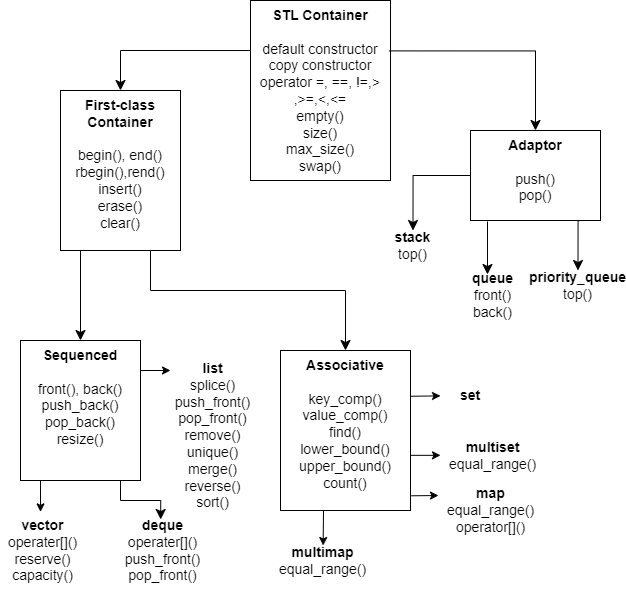
The draw.io diagram cpp/pics/container.drawio.png in zhaoyan/dev_doc, before a commit. Source tidied: cells renumbered, new cells last; positions are measured from the earlier drawing's top-left corner, leaving out a move shared by most shapes. The source it was exported from:
```xml
<mxGraphModel>
  <root>
    <mxCell id="0" />
    <mxCell id="1" parent="0" />
    <mxCell id="2" value="&lt;b style=&quot;font-size: 14px;&quot;&gt;STL Container&lt;/b&gt;&lt;div style=&quot;font-size: 14px;&quot;&gt;&lt;br&gt;&lt;/div&gt;&lt;div style=&quot;font-size: 14px;&quot;&gt;default constructor&lt;/div&gt;&lt;div style=&quot;font-size: 14px;&quot;&gt;copy constructor&lt;/div&gt;&lt;div style=&quot;font-size: 14px;&quot;&gt;operator =, ==, !=,&amp;gt;&lt;/div&gt;&lt;div style=&quot;font-size: 14px;&quot;&gt;,&amp;gt;=,&amp;lt;,&amp;lt;=&lt;/div&gt;&lt;div style=&quot;font-size: 14px;&quot;&gt;empty()&lt;/div&gt;&lt;div style=&quot;font-size: 14px;&quot;&gt;size()&lt;/div&gt;&lt;div style=&quot;font-size: 14px;&quot;&gt;max_size()&lt;/div&gt;&lt;div style=&quot;font-size: 14px;&quot;&gt;swap()&lt;/div&gt;" style="rounded=0;whiteSpace=wrap;html=1;verticalAlign=top;fontSize=14;" parent="1" vertex="1">
      <mxGeometry x="250" width="140" height="180" as="geometry" />
    </mxCell>
    <mxCell id="3" value="&lt;b&gt;Adaptor&lt;/b&gt;&lt;br&gt;&lt;div style=&quot;font-size: 14px;&quot;&gt;&lt;br&gt;&lt;/div&gt;&lt;div style=&quot;font-size: 14px;&quot;&gt;push()&lt;/div&gt;&lt;div style=&quot;font-size: 14px;&quot;&gt;pop()&lt;/div&gt;" style="rounded=0;whiteSpace=wrap;html=1;verticalAlign=top;fontSize=14;" parent="1" vertex="1">
      <mxGeometry x="470" y="130" width="130" height="90" as="geometry" />
    </mxCell>
    <mxCell id="4" value="&lt;b style=&quot;font-size: 14px;&quot;&gt;First-class Container&lt;/b&gt;&lt;div style=&quot;font-size: 14px;&quot;&gt;&lt;br&gt;&lt;/div&gt;&lt;div style=&quot;font-size: 14px;&quot;&gt;begin(), end()&lt;/div&gt;&lt;div style=&quot;font-size: 14px;&quot;&gt;rbegin(),rend()&lt;/div&gt;&lt;div style=&quot;font-size: 14px;&quot;&gt;insert()&lt;/div&gt;&lt;div style=&quot;font-size: 14px;&quot;&gt;erase()&lt;/div&gt;&lt;div style=&quot;font-size: 14px;&quot;&gt;clear()&lt;/div&gt;" style="rounded=0;whiteSpace=wrap;html=1;verticalAlign=top;fontSize=14;" parent="1" vertex="1">
      <mxGeometry x="60" y="90" width="120" height="160" as="geometry" />
    </mxCell>
    <mxCell id="5" value="&lt;b&gt;Sequenced&lt;/b&gt;&lt;br&gt;&lt;div style=&quot;font-size: 14px;&quot;&gt;&lt;br&gt;&lt;/div&gt;&lt;div style=&quot;font-size: 14px;&quot;&gt;front(), back()&lt;/div&gt;&lt;div style=&quot;font-size: 14px;&quot;&gt;push_back()&lt;/div&gt;&lt;div style=&quot;font-size: 14px;&quot;&gt;pop_back()&lt;/div&gt;&lt;div style=&quot;font-size: 14px;&quot;&gt;resize()&lt;/div&gt;" style="rounded=0;whiteSpace=wrap;html=1;verticalAlign=top;fontSize=14;" parent="1" vertex="1">
      <mxGeometry x="20" y="340" width="120" height="140" as="geometry" />
    </mxCell>
    <mxCell id="6" value="&lt;b&gt;Associative&lt;/b&gt;&lt;br&gt;&lt;div style=&quot;font-size: 14px;&quot;&gt;&lt;br&gt;&lt;/div&gt;&lt;div style=&quot;font-size: 14px;&quot;&gt;key_comp()&lt;/div&gt;&lt;div style=&quot;font-size: 14px;&quot;&gt;value_comp()&lt;/div&gt;&lt;div style=&quot;font-size: 14px;&quot;&gt;find()&lt;/div&gt;&lt;div style=&quot;font-size: 14px;&quot;&gt;lower_bound()&lt;/div&gt;&lt;div style=&quot;font-size: 14px;&quot;&gt;upper_bound()&lt;/div&gt;&lt;div style=&quot;font-size: 14px;&quot;&gt;count()&lt;/div&gt;" style="rounded=0;whiteSpace=wrap;html=1;verticalAlign=top;fontSize=14;" parent="1" vertex="1">
      <mxGeometry x="280" y="350" width="130" height="160" as="geometry" />
    </mxCell>
    <mxCell id="7" value="&lt;b&gt;set&lt;/b&gt;" style="text;html=1;align=center;verticalAlign=middle;whiteSpace=wrap;rounded=0;fontSize=14;" parent="1" vertex="1">
      <mxGeometry x="440" y="380" width="60" height="30" as="geometry" />
    </mxCell>
    <mxCell id="8" value="&lt;b&gt;multiset&lt;/b&gt;&lt;div style=&quot;font-size: 14px;&quot;&gt;equal_range()&lt;/div&gt;" style="text;html=1;align=center;verticalAlign=middle;whiteSpace=wrap;rounded=0;fontSize=14;" parent="1" vertex="1">
      <mxGeometry x="450" y="440" width="85" height="30" as="geometry" />
    </mxCell>
    <mxCell id="9" value="&lt;b&gt;map&lt;/b&gt;&lt;br&gt;&lt;div style=&quot;font-size: 14px;&quot;&gt;equal_range()&lt;/div&gt;&lt;div style=&quot;font-size: 14px;&quot;&gt;operator[]()&lt;/div&gt;" style="text;html=1;align=center;verticalAlign=middle;whiteSpace=wrap;rounded=0;fontSize=14;" parent="1" vertex="1">
      <mxGeometry x="448" y="480" width="85" height="60" as="geometry" />
    </mxCell>
    <mxCell id="10" value="&lt;b&gt;multimap&lt;/b&gt;&lt;div style=&quot;font-size: 14px;&quot;&gt;equal_range()&lt;/div&gt;" style="text;html=1;align=center;verticalAlign=middle;whiteSpace=wrap;rounded=0;fontSize=14;" parent="1" vertex="1">
      <mxGeometry x="280" y="545" width="85" height="30" as="geometry" />
    </mxCell>
    <mxCell id="11" value="&lt;b&gt;list&lt;/b&gt;&lt;br&gt;&lt;div style=&quot;font-size: 14px;&quot;&gt;splice()&lt;/div&gt;&lt;div style=&quot;font-size: 14px;&quot;&gt;push_front()&lt;/div&gt;&lt;div style=&quot;font-size: 14px;&quot;&gt;pop_front()&lt;/div&gt;&lt;div style=&quot;font-size: 14px;&quot;&gt;remove()&lt;/div&gt;&lt;div style=&quot;font-size: 14px;&quot;&gt;unique()&lt;/div&gt;&lt;div style=&quot;font-size: 14px;&quot;&gt;merge()&lt;/div&gt;&lt;div style=&quot;font-size: 14px;&quot;&gt;reverse()&lt;/div&gt;&lt;div style=&quot;font-size: 14px;&quot;&gt;sort()&lt;/div&gt;" style="text;html=1;align=center;verticalAlign=middle;whiteSpace=wrap;rounded=0;fontSize=14;" parent="1" vertex="1">
      <mxGeometry x="170" y="350" width="85" height="170" as="geometry" />
    </mxCell>
    <mxCell id="12" value="&lt;b&gt;deque&lt;/b&gt;&lt;br&gt;&lt;div style=&quot;font-size: 14px;&quot;&gt;operater[]()&lt;/div&gt;&lt;div style=&quot;font-size: 14px;&quot;&gt;push_front()&lt;/div&gt;&lt;div style=&quot;font-size: 14px;&quot;&gt;pop_front()&lt;/div&gt;" style="text;html=1;align=center;verticalAlign=middle;whiteSpace=wrap;rounded=0;fontSize=14;" parent="1" vertex="1">
      <mxGeometry x="120" y="520" width="85" height="60" as="geometry" />
    </mxCell>
    <mxCell id="13" value="&lt;b&gt;vector&lt;/b&gt;&lt;br&gt;&lt;div style=&quot;font-size: 14px;&quot;&gt;operater[]()&lt;/div&gt;&lt;div style=&quot;font-size: 14px;&quot;&gt;reserve()&lt;/div&gt;&lt;div style=&quot;font-size: 14px;&quot;&gt;capacity()&lt;/div&gt;" style="text;html=1;align=center;verticalAlign=middle;whiteSpace=wrap;rounded=0;fontSize=14;" parent="1" vertex="1">
      <mxGeometry y="510" width="85" height="80" as="geometry" />
    </mxCell>
    <mxCell id="14" value="&lt;b&gt;stack&lt;/b&gt;&lt;div style=&quot;font-size: 14px;&quot;&gt;top()&lt;/div&gt;" style="text;html=1;align=center;verticalAlign=middle;whiteSpace=wrap;rounded=0;fontSize=14;" parent="1" vertex="1">
      <mxGeometry x="370" y="230" width="85" height="30" as="geometry" />
    </mxCell>
    <mxCell id="15" value="&lt;b&gt;queue&lt;/b&gt;&lt;div&gt;front()&lt;/div&gt;&lt;div&gt;back()&lt;/div&gt;" style="text;html=1;align=center;verticalAlign=middle;whiteSpace=wrap;rounded=0;fontSize=14;" parent="1" vertex="1">
      <mxGeometry x="450" y="270" width="85" height="50" as="geometry" />
    </mxCell>
    <mxCell id="16" value="&lt;b&gt;priority_queue&lt;/b&gt;&lt;br&gt;&lt;div style=&quot;font-size: 14px;&quot;&gt;top()&lt;/div&gt;" style="text;html=1;align=center;verticalAlign=middle;whiteSpace=wrap;rounded=0;fontSize=14;" parent="1" vertex="1">
      <mxGeometry x="535" y="270" width="85" height="30" as="geometry" />
    </mxCell>
    <mxCell id="17" style="edgeStyle=segmentEdgeStyle;endArrow=classic;html=1;curved=0;rounded=0;endSize=8;startSize=8;exitX=0.989;exitY=0.28;exitDx=0;exitDy=0;exitPerimeter=0;" parent="1" edge="1" source="2" target="3">
      <mxGeometry relative="1" as="geometry" />
    </mxCell>
    <mxCell id="18" style="edgeStyle=segmentEdgeStyle;endArrow=classic;html=1;curved=0;rounded=0;endSize=8;startSize=8;exitX=0;exitY=0.5;exitDx=0;exitDy=0;entryX=0.5;entryY=0;entryDx=0;entryDy=0;" parent="1" edge="1" source="3" target="14">
      <mxGeometry relative="1" as="geometry" />
    </mxCell>
    <mxCell id="19" style="edgeStyle=segmentEdgeStyle;endArrow=classic;html=1;curved=0;rounded=0;endSize=8;startSize=8;entryX=0.435;entryY=0.08;entryDx=0;entryDy=0;entryPerimeter=0;" parent="1" edge="1" target="15">
      <mxGeometry relative="1" as="geometry">
        <mxPoint x="487" y="221" as="sourcePoint" />
      </mxGeometry>
    </mxCell>
    <mxCell id="20" style="edgeStyle=segmentEdgeStyle;endArrow=classic;html=1;curved=0;rounded=0;endSize=8;startSize=8;entryX=0.5;entryY=0;entryDx=0;entryDy=0;exitX=0.841;exitY=1.001;exitDx=0;exitDy=0;exitPerimeter=0;" parent="1" edge="1" source="3" target="16">
      <mxGeometry relative="1" as="geometry" />
    </mxCell>
    <mxCell id="21" style="edgeStyle=segmentEdgeStyle;endArrow=classic;html=1;curved=0;rounded=0;endSize=8;startSize=8;exitX=0;exitY=0.278;exitDx=0;exitDy=0;exitPerimeter=0;entryX=0.5;entryY=0;entryDx=0;entryDy=0;" parent="1" edge="1" source="2" target="4">
      <mxGeometry relative="1" as="geometry" />
    </mxCell>
    <mxCell id="22" style="edgeStyle=segmentEdgeStyle;endArrow=classic;html=1;curved=0;rounded=0;endSize=8;startSize=8;entryX=0.5;entryY=0;entryDx=0;entryDy=0;" parent="1" edge="1">
      <mxGeometry relative="1" as="geometry">
        <mxPoint x="70" y="250" as="sourcePoint" />
        <mxPoint x="80" y="340" as="targetPoint" />
      </mxGeometry>
    </mxCell>
    <mxCell id="23" style="edgeStyle=segmentEdgeStyle;endArrow=classic;html=1;curved=0;rounded=0;endSize=8;startSize=8;entryX=0.5;entryY=0;entryDx=0;entryDy=0;exitX=0.75;exitY=1;exitDx=0;exitDy=0;" parent="1" edge="1" source="4" target="6">
      <mxGeometry relative="1" as="geometry">
        <Array as="points">
          <mxPoint x="150" y="290" />
          <mxPoint x="345" y="290" />
        </Array>
      </mxGeometry>
    </mxCell>
    <mxCell id="24" style="endArrow=classic;html=1;rounded=0;exitX=1;exitY=0.286;exitDx=0;exitDy=0;exitPerimeter=0;" parent="1" edge="1" source="6" target="7">
      <mxGeometry relative="1" as="geometry" />
    </mxCell>
    <mxCell id="25" style="endArrow=classic;html=1;rounded=0;exitX=1;exitY=0.25;exitDx=0;exitDy=0;" parent="1" edge="1">
      <mxGeometry relative="1" as="geometry">
        <mxPoint x="410" y="454.8" as="sourcePoint" />
        <mxPoint x="440" y="454.8" as="targetPoint" />
      </mxGeometry>
    </mxCell>
    <mxCell id="26" style="endArrow=classic;html=1;rounded=0;exitX=1.007;exitY=0.908;exitDx=0;exitDy=0;exitPerimeter=0;" parent="1" edge="1" source="6">
      <mxGeometry relative="1" as="geometry">
        <mxPoint x="438" y="495" as="targetPoint" />
      </mxGeometry>
    </mxCell>
    <mxCell id="27" style="endArrow=classic;html=1;rounded=0;exitX=1;exitY=0.25;exitDx=0;exitDy=0;" parent="1" edge="1" target="10">
      <mxGeometry relative="1" as="geometry">
        <mxPoint x="323" y="510" as="sourcePoint" />
      </mxGeometry>
    </mxCell>
    <mxCell id="28" style="endArrow=classic;html=1;rounded=0;exitX=1;exitY=0.25;exitDx=0;exitDy=0;" parent="1" edge="1">
      <mxGeometry relative="1" as="geometry">
        <mxPoint x="140" y="370" as="sourcePoint" />
        <mxPoint x="170" y="370" as="targetPoint" />
      </mxGeometry>
    </mxCell>
    <mxCell id="29" style="endArrow=classic;html=1;rounded=0;exitX=1;exitY=0.25;exitDx=0;exitDy=0;entryX=0.471;entryY=0.017;entryDx=0;entryDy=0;entryPerimeter=0;" parent="1" edge="1" target="13">
      <mxGeometry relative="1" as="geometry">
        <mxPoint x="40" y="480" as="sourcePoint" />
      </mxGeometry>
    </mxCell>
    <mxCell id="30" style="edgeStyle=segmentEdgeStyle;endArrow=classic;html=1;curved=0;rounded=0;endSize=8;startSize=8;entryX=0.473;entryY=-0.017;entryDx=0;entryDy=0;entryPerimeter=0;" parent="1" edge="1" target="12">
      <mxGeometry relative="1" as="geometry">
        <mxPoint x="120" y="480" as="sourcePoint" />
        <Array as="points">
          <mxPoint x="120" y="500" />
          <mxPoint x="160" y="500" />
        </Array>
      </mxGeometry>
    </mxCell>
  </root>
</mxGraphModel>
```
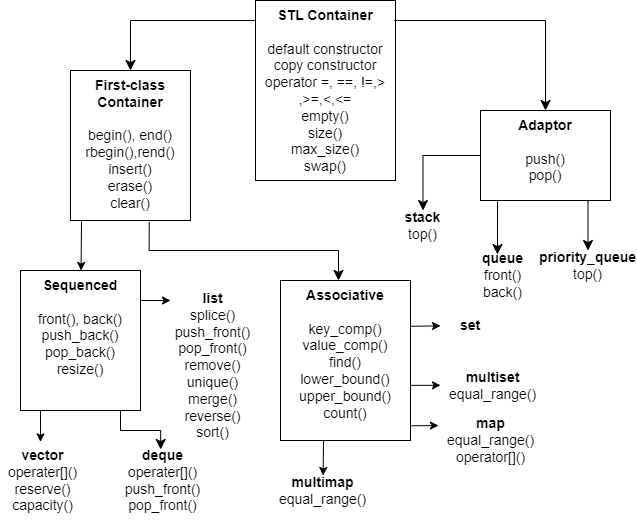
The same file after the commit.

Diff of the diagram source:
```diff
@@ -3,13 +3,13 @@
     <mxCell id="0" />
     <mxCell id="1" parent="0" />
     <mxCell id="2" value="&lt;b style=&quot;font-size: 14px;&quot;&gt;STL Container&lt;/b&gt;&lt;div style=&quot;font-size: 14px;&quot;&gt;&lt;br&gt;&lt;/div&gt;&lt;div style=&quot;font-size: 14px;&quot;&gt;default constructor&lt;/div&gt;&lt;div style=&quot;font-size: 14px;&quot;&gt;copy constructor&lt;/div&gt;&lt;div style=&quot;font-size: 14px;&quot;&gt;operator =, ==, !=,&amp;gt;&lt;/div&gt;&lt;div style=&quot;font-size: 14px;&quot;&gt;,&amp;gt;=,&amp;lt;,&amp;lt;=&lt;/div&gt;&lt;div style=&quot;font-size: 14px;&quot;&gt;empty()&lt;/div&gt;&lt;div style=&quot;font-size: 14px;&quot;&gt;size()&lt;/div&gt;&lt;div style=&quot;font-size: 14px;&quot;&gt;max_size()&lt;/div&gt;&lt;div style=&quot;font-size: 14px;&quot;&gt;swap()&lt;/div&gt;" style="rounded=0;whiteSpace=wrap;html=1;verticalAlign=top;fontSize=14;" parent="1" vertex="1">
-      <mxGeometry x="250" width="140" height="180" as="geometry" />
+      <mxGeometry x="255" y="70" width="140" height="180" as="geometry" />
     </mxCell>
     <mxCell id="3" value="&lt;b&gt;Adaptor&lt;/b&gt;&lt;br&gt;&lt;div style=&quot;font-size: 14px;&quot;&gt;&lt;br&gt;&lt;/div&gt;&lt;div style=&quot;font-size: 14px;&quot;&gt;push()&lt;/div&gt;&lt;div style=&quot;font-size: 14px;&quot;&gt;pop()&lt;/div&gt;" style="rounded=0;whiteSpace=wrap;html=1;verticalAlign=top;fontSize=14;" parent="1" vertex="1">
-      <mxGeometry x="470" y="130" width="130" height="90" as="geometry" />
+      <mxGeometry x="480" y="180" width="130" height="90" as="geometry" />
     </mxCell>
     <mxCell id="4" value="&lt;b style=&quot;font-size: 14px;&quot;&gt;First-class Container&lt;/b&gt;&lt;div style=&quot;font-size: 14px;&quot;&gt;&lt;br&gt;&lt;/div&gt;&lt;div style=&quot;font-size: 14px;&quot;&gt;begin(), end()&lt;/div&gt;&lt;div style=&quot;font-size: 14px;&quot;&gt;rbegin(),rend()&lt;/div&gt;&lt;div style=&quot;font-size: 14px;&quot;&gt;insert()&lt;/div&gt;&lt;div style=&quot;font-size: 14px;&quot;&gt;erase()&lt;/div&gt;&lt;div style=&quot;font-size: 14px;&quot;&gt;clear()&lt;/div&gt;" style="rounded=0;whiteSpace=wrap;html=1;verticalAlign=top;fontSize=14;" parent="1" vertex="1">
-      <mxGeometry x="60" y="90" width="120" height="160" as="geometry" />
+      <mxGeometry x="70" y="140" width="120" height="150" as="geometry" />
     </mxCell>
     <mxCell id="5" value="&lt;b&gt;Sequenced&lt;/b&gt;&lt;br&gt;&lt;div style=&quot;font-size: 14px;&quot;&gt;&lt;br&gt;&lt;/div&gt;&lt;div style=&quot;font-size: 14px;&quot;&gt;front(), back()&lt;/div&gt;&lt;div style=&quot;font-size: 14px;&quot;&gt;push_back()&lt;/div&gt;&lt;div style=&quot;font-size: 14px;&quot;&gt;pop_back()&lt;/div&gt;&lt;div style=&quot;font-size: 14px;&quot;&gt;resize()&lt;/div&gt;" style="rounded=0;whiteSpace=wrap;html=1;verticalAlign=top;fontSize=14;" parent="1" vertex="1">
       <mxGeometry x="20" y="340" width="120" height="140" as="geometry" />
@@ -39,45 +39,42 @@
       <mxGeometry y="510" width="85" height="80" as="geometry" />
     </mxCell>
     <mxCell id="14" value="&lt;b&gt;stack&lt;/b&gt;&lt;div style=&quot;font-size: 14px;&quot;&gt;top()&lt;/div&gt;" style="text;html=1;align=center;verticalAlign=middle;whiteSpace=wrap;rounded=0;fontSize=14;" parent="1" vertex="1">
-      <mxGeometry x="370" y="230" width="85" height="30" as="geometry" />
+      <mxGeometry x="380" y="280" width="85" height="30" as="geometry" />
     </mxCell>
     <mxCell id="15" value="&lt;b&gt;queue&lt;/b&gt;&lt;div&gt;front()&lt;/div&gt;&lt;div&gt;back()&lt;/div&gt;" style="text;html=1;align=center;verticalAlign=middle;whiteSpace=wrap;rounded=0;fontSize=14;" parent="1" vertex="1">
-      <mxGeometry x="450" y="270" width="85" height="50" as="geometry" />
+      <mxGeometry x="460" y="320" width="85" height="50" as="geometry" />
     </mxCell>
     <mxCell id="16" value="&lt;b&gt;priority_queue&lt;/b&gt;&lt;br&gt;&lt;div style=&quot;font-size: 14px;&quot;&gt;top()&lt;/div&gt;" style="text;html=1;align=center;verticalAlign=middle;whiteSpace=wrap;rounded=0;fontSize=14;" parent="1" vertex="1">
-      <mxGeometry x="535" y="270" width="85" height="30" as="geometry" />
+      <mxGeometry x="545" y="320" width="85" height="30" as="geometry" />
     </mxCell>
-    <mxCell id="17" style="edgeStyle=segmentEdgeStyle;endArrow=classic;html=1;curved=0;rounded=0;endSize=8;startSize=8;exitX=0.989;exitY=0.28;exitDx=0;exitDy=0;exitPerimeter=0;" parent="1" edge="1" source="2" target="3">
-      <mxGeometry relative="1" as="geometry" />
+    <mxCell id="17" style="edgeStyle=segmentEdgeStyle;endArrow=classic;html=1;curved=0;rounded=0;endSize=8;startSize=8;" parent="1" edge="1" target="3">
+      <mxGeometry relative="1" as="geometry">
+        <mxPoint x="400" y="90" as="sourcePoint" />
+        <Array as="points">
+          <mxPoint x="394" y="90" />
+          <mxPoint x="545" y="90" />
+        </Array>
+      </mxGeometry>
     </mxCell>
     <mxCell id="18" style="edgeStyle=segmentEdgeStyle;endArrow=classic;html=1;curved=0;rounded=0;endSize=8;startSize=8;exitX=0;exitY=0.5;exitDx=0;exitDy=0;entryX=0.5;entryY=0;entryDx=0;entryDy=0;" parent="1" edge="1" source="3" target="14">
       <mxGeometry relative="1" as="geometry" />
     </mxCell>
     <mxCell id="19" style="edgeStyle=segmentEdgeStyle;endArrow=classic;html=1;curved=0;rounded=0;endSize=8;startSize=8;entryX=0.435;entryY=0.08;entryDx=0;entryDy=0;entryPerimeter=0;" parent="1" edge="1" target="15">
       <mxGeometry relative="1" as="geometry">
-        <mxPoint x="487" y="221" as="sourcePoint" />
+        <mxPoint x="497" y="271" as="sourcePoint" />
       </mxGeometry>
     </mxCell>
     <mxCell id="20" style="edgeStyle=segmentEdgeStyle;endArrow=classic;html=1;curved=0;rounded=0;endSize=8;startSize=8;entryX=0.5;entryY=0;entryDx=0;entryDy=0;exitX=0.841;exitY=1.001;exitDx=0;exitDy=0;exitPerimeter=0;" parent="1" edge="1" source="3" target="16">
       <mxGeometry relative="1" as="geometry" />
     </mxCell>
     <mxCell id="21" style="edgeStyle=segmentEdgeStyle;endArrow=classic;html=1;curved=0;rounded=0;endSize=8;startSize=8;exitX=0;exitY=0.278;exitDx=0;exitDy=0;exitPerimeter=0;entryX=0.5;entryY=0;entryDx=0;entryDy=0;" parent="1" edge="1" source="2" target="4">
-      <mxGeometry relative="1" as="geometry" />
+      <mxGeometry relative="1" as="geometry">
+        <Array as="points">
+          <mxPoint x="255" y="90" />
+          <mxPoint x="130" y="90" />
+        </Array>
+      </mxGeometry>
     </mxCell>
-    <mxCell id="22" style="edgeStyle=segmentEdgeStyle;endArrow=classic;html=1;curved=0;rounded=0;endSize=8;startSize=8;entryX=0.5;entryY=0;entryDx=0;entryDy=0;" parent="1" edge="1">
-      <mxGeometry relative="1" as="geometry">
-        <mxPoint x="70" y="250" as="sourcePoint" />
-        <mxPoint x="80" y="340" as="targetPoint" />
-      </mxGeometry>
-    </mxCell>
-    <mxCell id="23" style="edgeStyle=segmentEdgeStyle;endArrow=classic;html=1;curved=0;rounded=0;endSize=8;startSize=8;entryX=0.5;entryY=0;entryDx=0;entryDy=0;exitX=0.75;exitY=1;exitDx=0;exitDy=0;" parent="1" edge="1" source="4" target="6">
-      <mxGeometry relative="1" as="geometry">
-        <Array as="points">
-          <mxPoint x="150" y="290" />
-          <mxPoint x="345" y="290" />
-        </Array>
-      </mxGeometry>
-    </mxCell>
     <mxCell id="24" style="endArrow=classic;html=1;rounded=0;exitX=1;exitY=0.286;exitDx=0;exitDy=0;exitPerimeter=0;" parent="1" edge="1" source="6" target="7">
       <mxGeometry relative="1" as="geometry" />
     </mxCell>
@@ -117,5 +114,19 @@
         </Array>
       </mxGeometry>
     </mxCell>
+    <mxCell id="31" style="endArrow=classic;html=1;rounded=0;" parent="1" edge="1" target="5">
+      <mxGeometry relative="1" as="geometry">
+        <mxPoint x="81" y="291" as="sourcePoint" />
+      </mxGeometry>
+    </mxCell>
+    <mxCell id="32" style="edgeStyle=segmentEdgeStyle;endArrow=classic;html=1;curved=0;rounded=0;endSize=8;startSize=8;exitX=0.656;exitY=1.012;exitDx=0;exitDy=0;entryX=0.5;entryY=0;entryDx=0;entryDy=0;exitPerimeter=0;" parent="1" edge="1" source="4">
+      <mxGeometry relative="1" as="geometry">
+        <mxPoint x="338" y="350" as="targetPoint" />
+        <Array as="points">
+          <mxPoint x="149" y="320" />
+          <mxPoint x="338" y="320" />
+        </Array>
+      </mxGeometry>
+    </mxCell>
   </root>
 </mxGraphModel>
```
